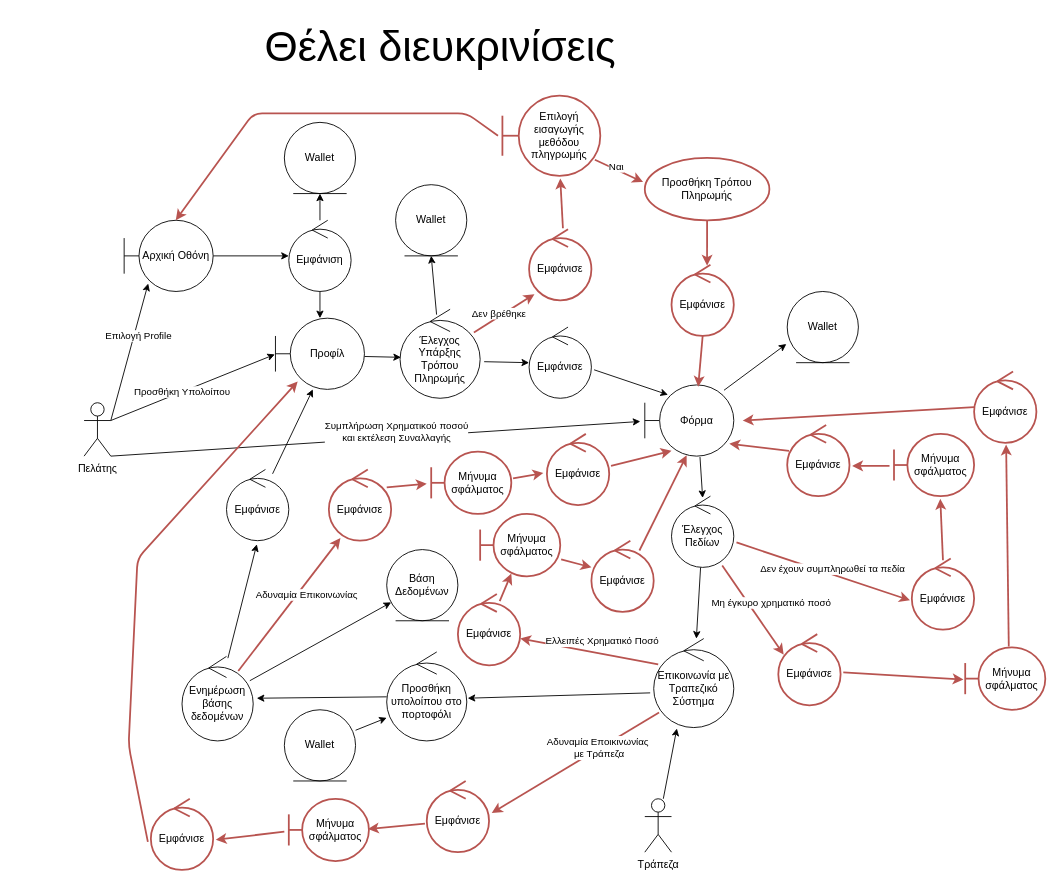
Nikolis2002/texnoligia_logismikou keeps this draw.io diagram as Part_2/Robustness/diagrams/06_Φόρτιση_Πορτοφολιού.drawio. Above is the earlier version. Source tidied: cells renumbered, new cells numbered last; positions are measured from the earlier drawing's top-left corner, leaving out a move shared by most shapes. Both pictures are drawn from the tidied source at 89%, with x=0, y=0 at pixel (84, 15).
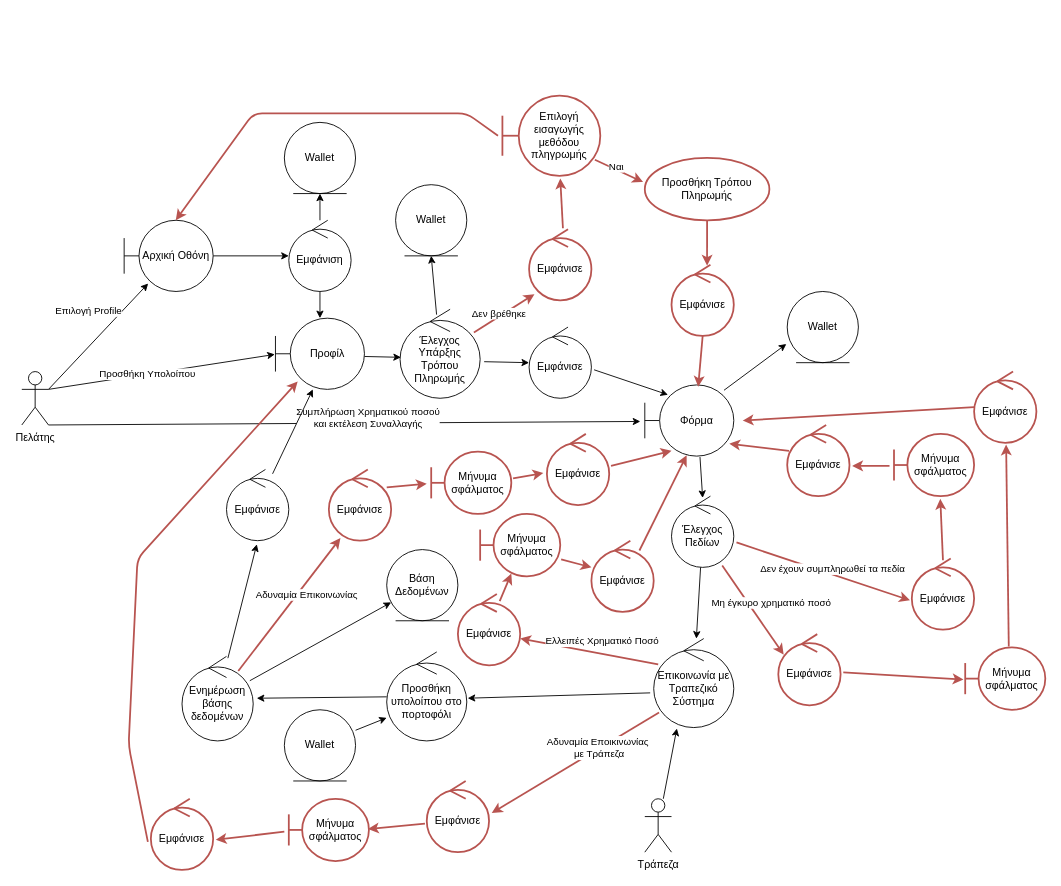
The same diagram, later.

Diff of the diagram source:
```diff
@@
     <mxCell id="7" value="Πελάτης" style="shape=umlActor;verticalLabelPosition=bottom;verticalAlign=top;html=1;" parent="1" vertex="1">
-      <mxGeometry y="435" width="30" height="60" as="geometry" />
+      <mxGeometry x="-70" y="400" width="30" height="60" as="geometry" />
     </mxCell>
@@
-    <mxCell id="91" value="&lt;font style=&quot;font-size: 48px;&quot;&gt;Θέλει διευκρινίσεις&lt;/font&gt;" style="text;html=1;align=center;verticalAlign=middle;strokeColor=none;fillColor=none;" parent="1" vertex="1">
-      <mxGeometry x="190" width="420" height="70" as="geometry" />
-    </mxCell>
```
